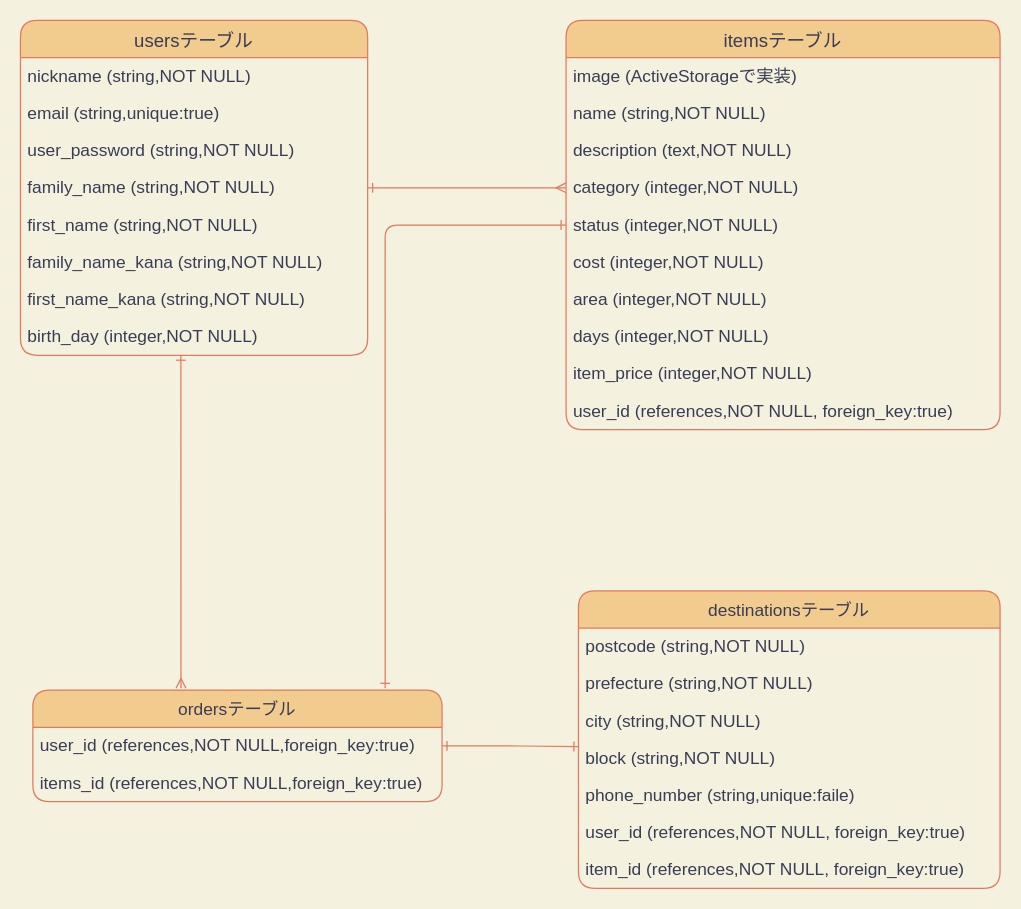
The draw.io diagram furima.dio in reina-017/furima-32397, before the edit. Source tidied: cells renumbered, new cells numbered last; positions are measured from the earlier drawing's top-left corner, leaving out a move shared by most shapes. Both pictures are drawn from the tidied source at 124%, with x=0, y=0 at pixel (20, 20).
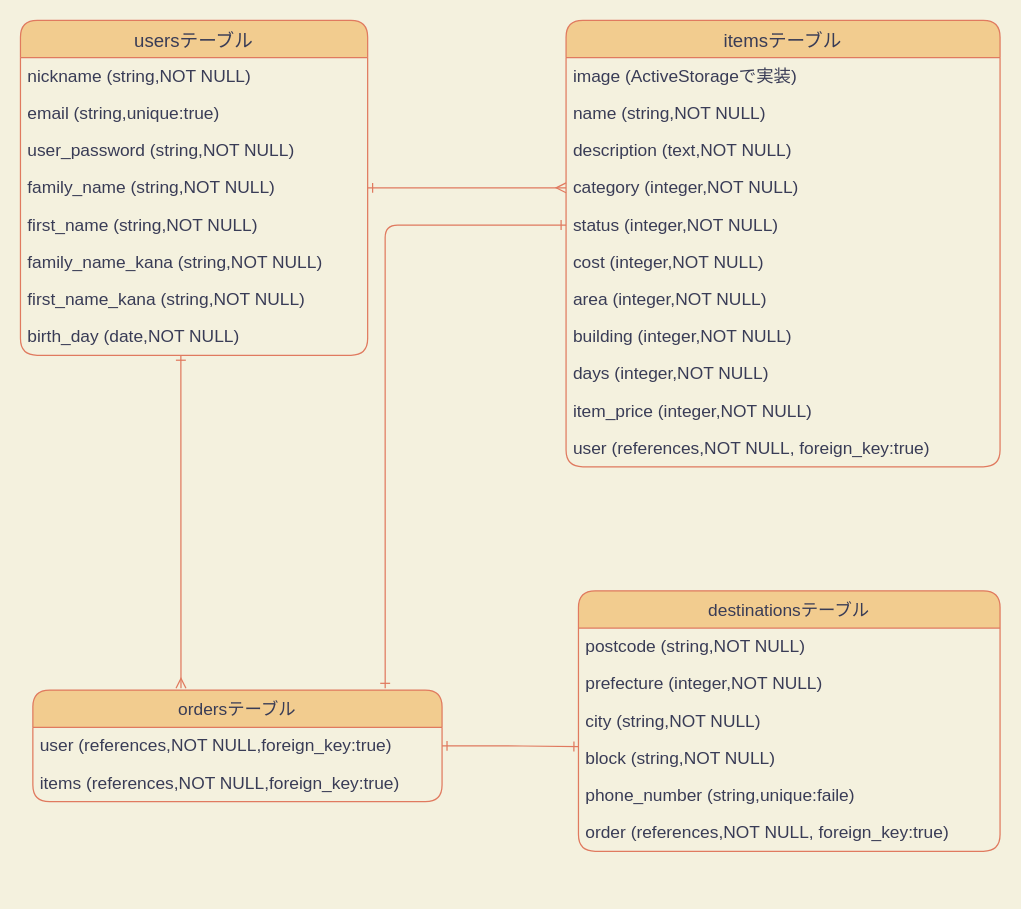
Above is the later version.

Unchanged cells that the change refers to:
```xml
<mxCell id="3" value="usersテーブル" style="swimlane;fontStyle=0;horizontal=1;startSize=30;align=center;fontSize=15;rotation=0;rounded=1;fillColor=#F2CC8F;strokeColor=#E07A5F;fontColor=#393C56;" parent="1" vertex="1">
  <mxGeometry width="280" height="270" as="geometry" />
</mxCell>
<mxCell id="32" value="ordersテーブル" style="swimlane;fontStyle=0;horizontal=1;startSize=30;align=center;fontSize=14;rotation=0;rounded=1;fillColor=#F2CC8F;strokeColor=#E07A5F;fontColor=#393C56;" parent="1" vertex="1">
  <mxGeometry x="10" y="540" width="330" height="90" as="geometry" />
</mxCell>
```

The edit, as a diff of the source:
```diff
@@
-    <mxCell id="11" value="birth_day (integer,NOT NULL)" style="text;strokeColor=none;fillColor=none;spacingLeft=4;spacingRight=4;overflow=hidden;points=[[0,0.5],[1,0.5]];portConstraint=eastwest;fontSize=14;rotation=0;rounded=1;fontColor=#393C56;" parent="3" vertex="1">
+    <mxCell id="11" value="birth_day (date,NOT NULL)" style="text;strokeColor=none;fillColor=none;spacingLeft=4;spacingRight=4;overflow=hidden;points=[[0,0.5],[1,0.5]];portConstraint=eastwest;fontSize=14;rotation=0;rounded=1;fontColor=#393C56;" parent="3" vertex="1">
       <mxGeometry y="240" width="280" height="30" as="geometry" />
     </mxCell>
@@
     <mxCell id="13" value="itemsテーブル" style="swimlane;fontStyle=0;horizontal=1;startSize=30;align=center;fontSize=15;rotation=0;rounded=1;fillColor=#F2CC8F;strokeColor=#E07A5F;fontColor=#393C56;" parent="1" vertex="1">
-      <mxGeometry x="440" width="350" height="330" as="geometry" />
+      <mxGeometry x="440" width="350" height="360" as="geometry" />
     </mxCell>
@@
+    <mxCell id="37" value="building (integer,NOT NULL)" style="text;strokeColor=none;fillColor=none;spacingLeft=4;spacingRight=4;overflow=hidden;fontSize=14;rotation=0;rounded=1;fontColor=#393C56;" parent="13" vertex="1">
+      <mxGeometry y="240" width="350" height="30" as="geometry" />
+    </mxCell>
     <mxCell id="21" value="days (integer,NOT NULL)" style="text;strokeColor=none;fillColor=none;spacingLeft=4;spacingRight=4;overflow=hidden;fontSize=14;rotation=0;rounded=1;fontColor=#393C56;" parent="13" vertex="1">
-      <mxGeometry y="240" width="350" height="30" as="geometry" />
+      <mxGeometry y="270" width="350" height="30" as="geometry" />
     </mxCell>
     <mxCell id="22" value="item_price (integer,NOT NULL)" style="text;strokeColor=none;fillColor=none;spacingLeft=4;spacingRight=4;overflow=hidden;fontSize=14;rotation=0;rounded=1;fontColor=#393C56;" parent="13" vertex="1">
-      <mxGeometry y="270" width="350" height="30" as="geometry" />
+      <mxGeometry y="300" width="350" height="30" as="geometry" />
     </mxCell>
-    <mxCell id="23" value="user_id (references,NOT NULL, foreign_key:true)&#10;" style="text;strokeColor=none;fillColor=none;spacingLeft=4;spacingRight=4;overflow=hidden;fontSize=14;rotation=0;rounded=1;fontColor=#393C56;" parent="13" vertex="1">
-      <mxGeometry y="300" width="350" height="30" as="geometry" />
+    <mxCell id="23" value="user (references,NOT NULL, foreign_key:true)&#10;" style="text;strokeColor=none;fillColor=none;spacingLeft=4;spacingRight=4;overflow=hidden;fontSize=14;rotation=0;rounded=1;fontColor=#393C56;" parent="13" vertex="1">
+      <mxGeometry y="330" width="350" height="30" as="geometry" />
     </mxCell>
     <mxCell id="24" value="destinationsテーブル" style="swimlane;fontStyle=0;horizontal=1;startSize=30;align=center;fontSize=14;rotation=0;rounded=1;fillColor=#F2CC8F;strokeColor=#E07A5F;fontColor=#393C56;" parent="1" vertex="1">
-      <mxGeometry x="450" y="460" width="340" height="240" as="geometry" />
+      <mxGeometry x="450" y="460" width="340" height="210" as="geometry" />
     </mxCell>
@@
-    <mxCell id="26" value="prefecture (string,NOT NULL)" style="text;strokeColor=none;fillColor=none;spacingLeft=4;spacingRight=4;overflow=hidden;fontSize=14;rotation=0;rounded=1;fontColor=#393C56;" parent="24" vertex="1">
+    <mxCell id="26" value="prefecture (integer,NOT NULL)" style="text;strokeColor=none;fillColor=none;spacingLeft=4;spacingRight=4;overflow=hidden;fontSize=14;rotation=0;rounded=1;fontColor=#393C56;" parent="24" vertex="1">
       <mxGeometry y="60" width="340" height="30" as="geometry" />
     </mxCell>
@@
-    <mxCell id="30" value="user_id (references,NOT NULL, foreign_key:true)&#10;" style="text;strokeColor=none;fillColor=none;spacingLeft=4;spacingRight=4;overflow=hidden;fontSize=14;rotation=0;rounded=1;fontColor=#393C56;" parent="24" vertex="1">
+    <mxCell id="30" value="order (references,NOT NULL, foreign_key:true)&#10;" style="text;strokeColor=none;fillColor=none;spacingLeft=4;spacingRight=4;overflow=hidden;fontSize=14;rotation=0;rounded=1;fontColor=#393C56;" parent="24" vertex="1">
       <mxGeometry y="180" width="340" height="30" as="geometry" />
     </mxCell>
-    <mxCell id="31" value="item_id (references,NOT NULL, foreign_key:true)&#10;" style="text;strokeColor=none;fillColor=none;spacingLeft=4;spacingRight=4;overflow=hidden;fontSize=14;rotation=0;rounded=1;fontColor=#393C56;" parent="24" vertex="1">
-      <mxGeometry y="210" width="340" height="30" as="geometry" />
-    </mxCell>
@@
-    <mxCell id="33" value="user_id (references,NOT NULL,foreign_key:true)" style="text;spacingLeft=4;spacingRight=4;overflow=hidden;points=[[0,0.5],[1,0.5]];portConstraint=eastwest;fontSize=14;rotation=0;labelBackgroundColor=none;rounded=1;fontColor=#393C56;" parent="32" vertex="1">
+    <mxCell id="33" value="user (references,NOT NULL,foreign_key:true)" style="text;spacingLeft=4;spacingRight=4;overflow=hidden;points=[[0,0.5],[1,0.5]];portConstraint=eastwest;fontSize=14;rotation=0;labelBackgroundColor=none;rounded=1;fontColor=#393C56;" parent="32" vertex="1">
       <mxGeometry y="30" width="330" height="30" as="geometry" />
     </mxCell>
-    <mxCell id="34" value="items_id (references,NOT NULL,foreign_key:true)" style="text;strokeColor=none;fillColor=none;spacingLeft=4;spacingRight=4;overflow=hidden;fontSize=14;rotation=0;align=left;rounded=1;fontColor=#393C56;" parent="32" vertex="1">
+    <mxCell id="34" value="items (references,NOT NULL,foreign_key:true)" style="text;strokeColor=none;fillColor=none;spacingLeft=4;spacingRight=4;overflow=hidden;fontSize=14;rotation=0;align=left;rounded=1;fontColor=#393C56;" parent="32" vertex="1">
       <mxGeometry y="60" width="330" height="30" as="geometry" />
     </mxCell>
```
